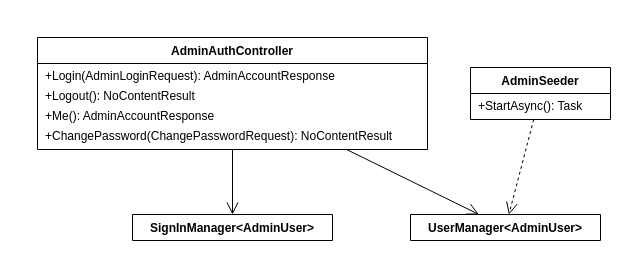
The draw.io diagram page "Đăng nhập" (5 of 8) of docs/thiet-ke/lop-may-chu/luoc-do-lop-may-chu.drawio in qivarnq3g/3-gio-12, before the edit. Source tidied: cells renumbered, new cells numbered last; positions are measured from the earlier drawing's top-left corner, leaving out a move shared by most shapes. Both pictures are drawn from the tidied source at 100%, with x=0, y=0 at pixel (37, 37).
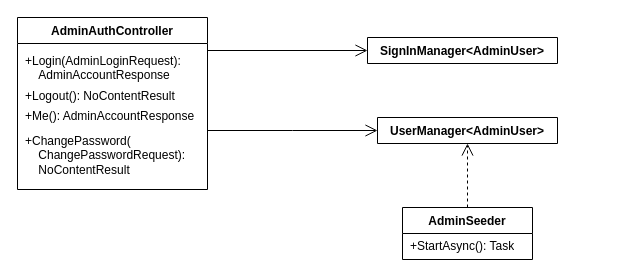
The same diagram, later.

What changed in the source:
```diff
@@
 <mxGraphModel background="#ffffff">
   <root>
     <mxCell id="0" />
     <mxCell id="1" parent="0" />
     <mxCell id="2" value="&lt;b&gt;AdminAuthController&lt;/b&gt;" style="swimlane;fontStyle=0;html=1;align=center;verticalAlign=top;horizontal=1;startSize=26;whiteSpace=wrap;fontFamily=Arial;fontSize=12;fillColor=#ffffff;swimlaneFillColor=#ffffff;" parent="1" vertex="1">
-      <mxGeometry width="390" height="112" as="geometry" />
+      <mxGeometry x="-20" y="-20" width="190" height="172" as="geometry" />
     </mxCell>
-    <mxCell id="3" value="+Login(AdminLoginRequest): AdminAccountResponse" style="text;strokeColor=none;fillColor=none;align=left;verticalAlign=middle;spacingLeft=6;spacingRight=4;overflow=hidden;html=1;fontFamily=Arial;fontSize=12;" parent="2" vertex="1">
-      <mxGeometry y="29" width="390" height="20" as="geometry" />
+    <mxCell id="3" value="+Login(AdminLoginRequest): &lt;br&gt;&amp;nbsp;&amp;nbsp;&amp;nbsp;&amp;nbsp;AdminAccountResponse" style="text;strokeColor=none;fillColor=none;align=left;spacingLeft=6;spacingRight=4;overflow=hidden;html=1;fontFamily=Arial;verticalAlign=top;spacingTop=1;" parent="2" vertex="1">
+      <mxGeometry y="29" width="190" height="40" as="geometry" />
     </mxCell>
     <mxCell id="4" value="+Logout(): NoContentResult" style="text;strokeColor=none;fillColor=none;align=left;verticalAlign=middle;spacingLeft=6;spacingRight=4;overflow=hidden;html=1;fontFamily=Arial;fontSize=12;" parent="2" vertex="1">
-      <mxGeometry y="49" width="390" height="20" as="geometry" />
+      <mxGeometry y="69" width="190" height="20" as="geometry" />
     </mxCell>
     <mxCell id="5" value="+Me(): AdminAccountResponse" style="text;strokeColor=none;fillColor=none;align=left;verticalAlign=middle;spacingLeft=6;spacingRight=4;overflow=hidden;html=1;fontFamily=Arial;fontSize=12;" parent="2" vertex="1">
-      <mxGeometry y="69" width="390" height="20" as="geometry" />
+      <mxGeometry y="89" width="190" height="20" as="geometry" />
     </mxCell>
-    <mxCell id="6" value="+ChangePassword(ChangePasswordRequest): NoContentResult" style="text;strokeColor=none;fillColor=none;align=left;verticalAlign=middle;spacingLeft=6;spacingRight=4;overflow=hidden;html=1;fontFamily=Arial;fontSize=12;" parent="2" vertex="1">
-      <mxGeometry y="89" width="390" height="20" as="geometry" />
-    </mxCell>
+    <mxCell id="14" value="+ChangePassword(&lt;br&gt;&amp;nbsp;&amp;nbsp;&amp;nbsp;&amp;nbsp;ChangePasswordRequest): &lt;br&gt;&amp;nbsp;&amp;nbsp;&amp;nbsp;&amp;nbsp;NoContentResult" style="text;strokeColor=none;fillColor=none;align=left;spacingLeft=6;spacingRight=4;overflow=hidden;html=1;fontFamily=Arial;verticalAlign=top;spacingTop=1;" parent="2" vertex="1">
+      <mxGeometry y="109" width="190" height="60" as="geometry" />
+    </mxCell>
     <mxCell id="7" value="&lt;b&gt;SignInManager&amp;lt;AdminUser&amp;gt;&lt;/b&gt;" style="swimlane;fontStyle=0;html=1;align=center;verticalAlign=top;horizontal=1;startSize=26;whiteSpace=wrap;fontFamily=Arial;fontSize=12;fillColor=#ffffff;swimlaneFillColor=#ffffff;" parent="1" vertex="1">
-      <mxGeometry x="95" y="177" width="200" height="26" as="geometry" />
+      <mxGeometry x="330" width="190" height="26" as="geometry" />
     </mxCell>
     <mxCell id="8" value="&lt;b&gt;UserManager&amp;lt;AdminUser&amp;gt;&lt;/b&gt;" style="swimlane;fontStyle=0;html=1;align=center;verticalAlign=top;horizontal=1;startSize=26;whiteSpace=wrap;fontFamily=Arial;fontSize=12;fillColor=#ffffff;swimlaneFillColor=#ffffff;" parent="1" vertex="1">
-      <mxGeometry x="373" y="177" width="190" height="26" as="geometry" />
+      <mxGeometry x="340" y="80" width="180" height="26" as="geometry" />
     </mxCell>
     <mxCell id="9" value="&lt;b&gt;AdminSeeder&lt;/b&gt;" style="swimlane;fontStyle=0;html=1;align=center;verticalAlign=top;horizontal=1;startSize=26;whiteSpace=wrap;fontFamily=Arial;fontSize=12;fillColor=#ffffff;swimlaneFillColor=#ffffff;" parent="1" vertex="1">
-      <mxGeometry x="433" y="30" width="140" height="52" as="geometry" />
+      <mxGeometry x="365" y="170" width="130" height="52" as="geometry" />
     </mxCell>
     <mxCell id="10" value="+StartAsync(): Task" style="text;strokeColor=none;fillColor=none;align=left;verticalAlign=middle;spacingLeft=6;spacingRight=4;overflow=hidden;html=1;fontFamily=Arial;fontSize=12;" parent="9" vertex="1">
-      <mxGeometry y="29" width="140" height="20" as="geometry" />
+      <mxGeometry y="29" width="130" height="20" as="geometry" />
     </mxCell>
-    <mxCell id="11" style="html=1;rounded=0;fontFamily=Arial;fontSize=11;labelBackgroundColor=#ffffff;endArrow=open;endFill=0;endSize=10;" parent="1" edge="1" source="2" target="7">
+    <mxCell id="11" style="html=1;fontFamily=Arial;endArrow=open;endFill=0;endSize=10;edgeStyle=orthogonalEdgeStyle;rounded=0;fontSize=12;labelBackgroundColor=#ffffff;exitX=1;exitY=0.1919;entryX=0;entryY=0.5;exitPerimeter=0;entryPerimeter=0;" parent="1" edge="1" source="2" target="7">
       <mxGeometry relative="1" as="geometry" />
     </mxCell>
-    <mxCell id="12" style="html=1;rounded=0;fontFamily=Arial;fontSize=11;labelBackgroundColor=#ffffff;endArrow=open;endFill=0;endSize=10;" parent="1" edge="1" source="2" target="8">
+    <mxCell id="12" style="html=1;fontFamily=Arial;endArrow=open;endFill=0;endSize=10;edgeStyle=orthogonalEdgeStyle;rounded=0;fontSize=12;labelBackgroundColor=#ffffff;exitX=1;exitY=0.657;entryX=0;entryY=0.5;exitPerimeter=0;entryPerimeter=0;" parent="1" edge="1" source="2" target="8">
       <mxGeometry relative="1" as="geometry" />
     </mxCell>
-    <mxCell id="13" style="html=1;rounded=0;fontFamily=Arial;fontSize=11;labelBackgroundColor=#ffffff;endArrow=open;endFill=0;endSize=10;dashed=1;" parent="1" edge="1" source="9" target="8">
+    <mxCell id="13" style="html=1;fontFamily=Arial;endArrow=open;endFill=0;endSize=10;dashed=1;edgeStyle=orthogonalEdgeStyle;rounded=0;fontSize=12;labelBackgroundColor=#ffffff;exitY=0;exitX=0.5;entryY=1;entryX=0.5;exitPerimeter=0;entryPerimeter=0;" parent="1" edge="1" source="9" target="8">
       <mxGeometry relative="1" as="geometry" />
     </mxCell>
   </root>
 </mxGraphModel>
```
